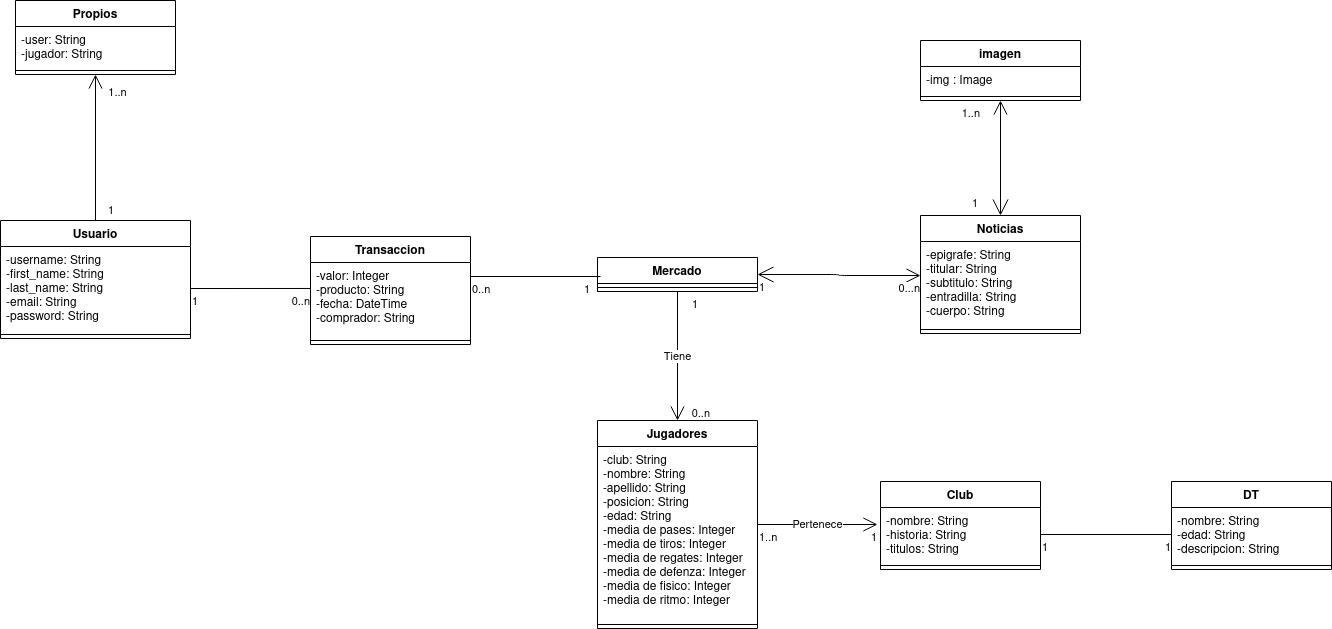
francogarcia02/Mercado-De-Jugadores keeps this draw.io diagram as Docs/Diagrama.png. Above is the earlier version. Source tidied: cells renumbered, new cells last; positions are measured from the earlier drawing's top-left corner, leaving out a move shared by most shapes.
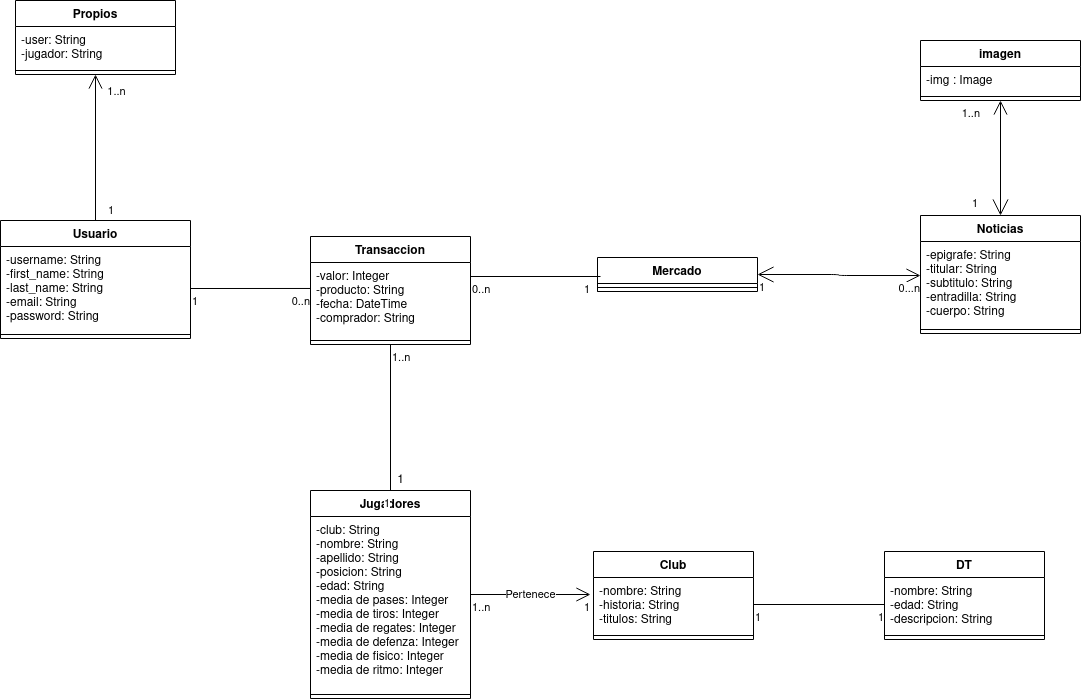
The same file after the commit.

The edit, as a diff of the source:
```diff
@@ -23,7 +23,7 @@
       <mxGeometry y="26" width="160" height="8" as="geometry" />
     </mxCell>
     <mxCell id="8" value="Jugadores" style="swimlane;fontStyle=1;align=center;verticalAlign=top;horizontal=1;startSize=26;" parent="1" vertex="1">
-      <mxGeometry x="597" y="420" width="160" height="208" as="geometry" />
+      <mxGeometry x="310" y="490" width="160" height="208" as="geometry" />
     </mxCell>
     <mxCell id="9" value="-club: String&#10;-nombre: String&#10;-apellido: String&#10;-posicion: String&#10;-edad: String&#10;-media de pases: Integer &#10;-media de tiros: Integer &#10;-media de regates: Integer &#10;-media de defenza: Integer &#10;-media de fisico: Integer &#10;-media de ritmo: Integer &#10;" style="text;strokeColor=none;fillColor=none;align=left;verticalAlign=top;spacingLeft=4;spacingRight=4;overflow=hidden;" parent="8" vertex="1">
       <mxGeometry y="26" width="160" height="174" as="geometry" />
@@ -31,19 +31,6 @@
     <mxCell id="10" style="line;strokeWidth=1;fillColor=none;align=left;verticalAlign=middle;spacingTop=-1;spacingLeft=3;spacingRight=3;labelPosition=right;" parent="8" vertex="1">
       <mxGeometry y="200" width="160" height="8" as="geometry" />
     </mxCell>
-    <mxCell id="11" value="Tiene" style="endArrow=open;html=1;endSize=12;startArrow=none;startSize=14;startFill=0;edgeStyle=orthogonalEdgeStyle;entryX=0.5;entryY=0;entryDx=0;entryDy=0;exitX=0.5;exitY=1;exitDx=0;exitDy=0;" parent="1" edge="1" source="6" target="8">
-      <mxGeometry relative="1" as="geometry" />
-    </mxCell>
-    <mxCell id="12" value="1" style="edgeLabel;html=1;align=left;verticalAlign=top;" parent="11" vertex="1">
-      <mxGeometry x="-1" relative="1" as="geometry">
-        <mxPoint x="13" as="offset" />
-      </mxGeometry>
-    </mxCell>
-    <mxCell id="13" value="0..n" style="edgeLabel;html=1;align=right;verticalAlign=top;" parent="11" vertex="1">
-      <mxGeometry x="1" relative="1" as="geometry">
-        <mxPoint x="33" y="-20" as="offset" />
-      </mxGeometry>
-    </mxCell>
     <mxCell id="14" value="Pertenece" style="endArrow=open;html=1;endSize=12;startArrow=none;startSize=14;startFill=0;edgeStyle=orthogonalEdgeStyle;exitX=1;exitY=0.5;exitDx=0;exitDy=0;entryX=-0.019;entryY=0.315;entryDx=0;entryDy=0;entryPerimeter=0;" parent="1" edge="1" source="8" target="18">
       <mxGeometry relative="1" as="geometry" />
     </mxCell>
@@ -54,7 +41,7 @@
       <mxGeometry x="1" relative="1" as="geometry" />
     </mxCell>
     <mxCell id="17" value="Club" style="swimlane;fontStyle=1;align=center;verticalAlign=top;horizontal=1;startSize=26;" parent="1" vertex="1">
-      <mxGeometry x="880" y="481" width="160" height="88" as="geometry" />
+      <mxGeometry x="593" y="551" width="160" height="88" as="geometry" />
     </mxCell>
     <mxCell id="18" value="-nombre: String&#10;-historia: String&#10;-titulos: String&#10;" style="text;strokeColor=none;fillColor=none;align=left;verticalAlign=top;spacingLeft=4;spacingRight=4;overflow=hidden;points=[[0,0.5],[1,0.5]];portConstraint=eastwest;" parent="17" vertex="1">
       <mxGeometry y="26" width="160" height="54" as="geometry" />
@@ -72,7 +59,7 @@
       <mxGeometry x="1" relative="1" as="geometry" />
     </mxCell>
     <mxCell id="23" value="DT" style="swimlane;fontStyle=1;align=center;verticalAlign=top;horizontal=1;startSize=26;" parent="1" vertex="1">
-      <mxGeometry x="1171" y="481" width="160" height="88" as="geometry" />
+      <mxGeometry x="884" y="551" width="160" height="88" as="geometry" />
     </mxCell>
     <mxCell id="24" value="-nombre: String&#10;-edad: String&#10;-descripcion: String&#10;" style="text;strokeColor=none;fillColor=none;align=left;verticalAlign=top;spacingLeft=4;spacingRight=4;overflow=hidden;points=[[0,0.5],[1,0.5]];portConstraint=eastwest;" parent="23" vertex="1">
       <mxGeometry y="26" width="160" height="54" as="geometry" />
@@ -177,5 +164,17 @@
         </Array>
       </mxGeometry>
     </mxCell>
+    <mxCell id="53" style="endArrow=none;html=1;endSize=12;startArrow=none;startSize=14;startFill=0;edgeStyle=orthogonalEdgeStyle;entryX=0.5;entryY=0;entryDx=0;entryDy=0;exitX=0.5;exitY=1;exitDx=0;exitDy=0;endFill=0;" parent="1" edge="1" source="43" target="8">
+      <mxGeometry relative="1" as="geometry" />
+    </mxCell>
+    <mxCell id="54" value="1..n" style="edgeLabel;html=1;align=left;verticalAlign=top;" parent="53" vertex="1">
+      <mxGeometry x="-1" relative="1" as="geometry" />
+    </mxCell>
+    <mxCell id="55" value="1" style="edgeLabel;html=1;align=right;verticalAlign=top;" parent="53" vertex="1">
+      <mxGeometry x="1" relative="1" as="geometry" />
+    </mxCell>
+    <mxCell id="56" value="1" style="text;html=1;align=center;verticalAlign=middle;" parent="1" vertex="1">
+      <mxGeometry x="390" y="470" width="20" height="20" as="geometry" />
+    </mxCell>
   </root>
 </mxGraphModel>
```
